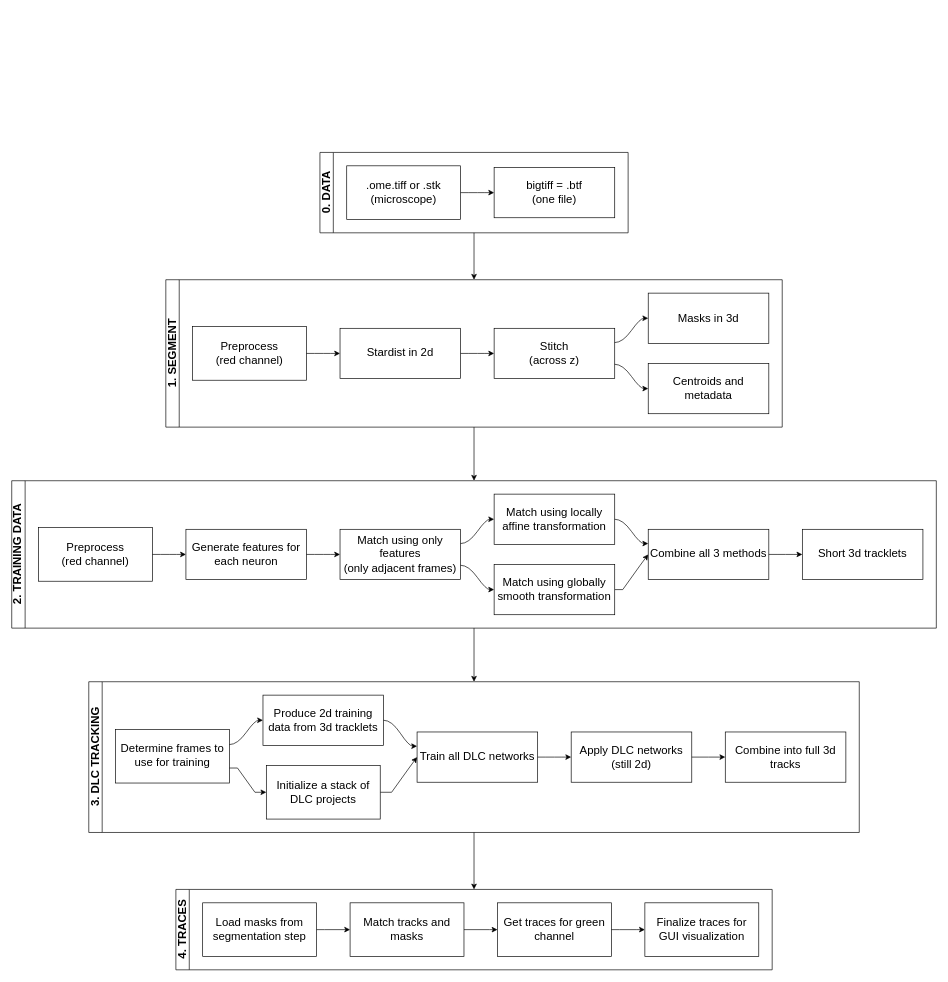
Before: docs/full_project_workflow.drawio in ch9nuk9/wbfm, a draw.io diagram. Source tidied: cells renumbered, new cells numbered last; positions are measured from the earlier drawing's top-left corner, leaving out a move shared by most shapes. Both pictures are drawn from the tidied source at 67%, with x=0, y=0 at pixel (11, 152).
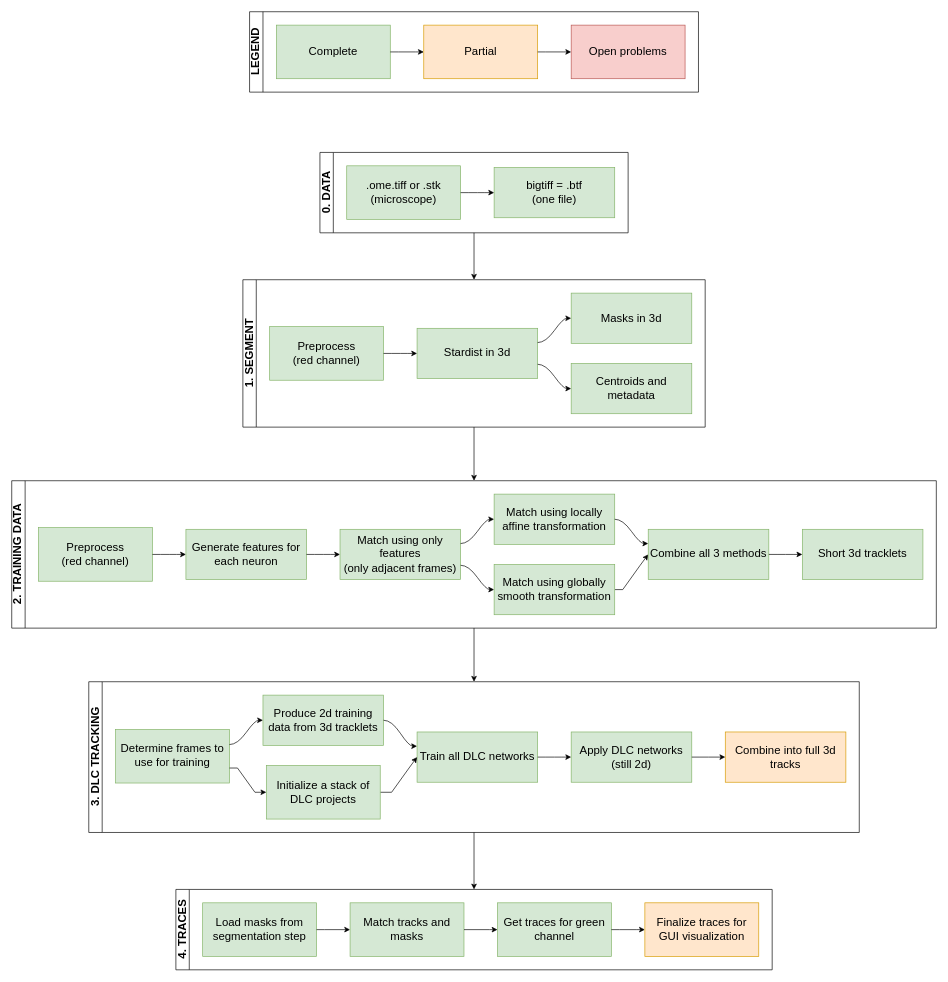
Above is the later version.

The change refers to these unchanged cells:
```xml
<mxCell id="3" value="0. DATA" style="swimlane;html=1;startSize=20;horizontal=0;flowOrientation=west;interRankCellSpacing=50;containerType=tree;fontSize=17;" parent="1" vertex="1">
  <mxGeometry x="460" width="460" height="120" as="geometry" />
</mxCell>
<mxCell id="19" value="2. TRAINING DATA" style="swimlane;html=1;startSize=20;horizontal=0;flowOrientation=west;interRankCellSpacing=50;containerType=tree;fontSize=17;" parent="1" vertex="1">
  <mxGeometry y="490" width="1380" height="220" as="geometry" />
</mxCell>
<mxCell id="35" value="3. DLC TRACKING" style="swimlane;html=1;startSize=20;horizontal=0;flowOrientation=west;interRankCellSpacing=50;containerType=tree;fontSize=17;" parent="1" vertex="1">
  <mxGeometry x="115" y="790" width="1150" height="225" as="geometry" />
</mxCell>
<mxCell id="48" value="4. TRACES" style="swimlane;html=1;startSize=20;horizontal=0;flowOrientation=west;interRankCellSpacing=50;containerType=tree;fontSize=17;" parent="1" vertex="1">
  <mxGeometry x="245" y="1100" width="890" height="120" as="geometry" />
</mxCell>
```

Diff of the diagram source:
```diff
@@
-    <mxCell id="4" value=".ome.tiff or .stk&lt;br style=&quot;font-size: 17px;&quot;&gt;(microscope)" style="whiteSpace=wrap;html=1;fontSize=17;" parent="3" vertex="1">
+    <mxCell id="4" value=".ome.tiff or .stk&lt;br style=&quot;font-size: 17px;&quot;&gt;(microscope)" style="whiteSpace=wrap;html=1;fontSize=17;fillColor=#d5e8d4;strokeColor=#82b366;" parent="3" vertex="1">
       <mxGeometry x="40" y="20" width="170" height="80" as="geometry" />
     </mxCell>
-    <mxCell id="5" value="bigtiff = .btf&lt;br style=&quot;font-size: 17px&quot;&gt;(one file)" style="whiteSpace=wrap;html=1;fontSize=17;" parent="3" vertex="1">
+    <mxCell id="5" value="bigtiff = .btf&lt;br style=&quot;font-size: 17px&quot;&gt;(one file)" style="whiteSpace=wrap;html=1;fontSize=17;fillColor=#d5e8d4;strokeColor=#82b366;" parent="3" vertex="1">
       <mxGeometry x="260" y="22.5" width="180" height="75" as="geometry" />
     </mxCell>
@@
     <mxCell id="8" value="1. SEGMENT" style="swimlane;html=1;startSize=20;horizontal=0;flowOrientation=west;interRankCellSpacing=50;containerType=tree;fontSize=17;" parent="1" vertex="1">
-      <mxGeometry x="230" y="190" width="920" height="220" as="geometry" />
+      <mxGeometry x="345" y="190" width="690" height="220" as="geometry" />
     </mxCell>
-    <mxCell id="9" value="Preprocess&lt;br&gt;(red channel)" style="whiteSpace=wrap;html=1;fontSize=17;" parent="8" vertex="1">
+    <mxCell id="9" value="Preprocess&lt;br&gt;(red channel)" style="whiteSpace=wrap;html=1;fontSize=17;fillColor=#d5e8d4;strokeColor=#82b366;" parent="8" vertex="1">
       <mxGeometry x="40" y="70" width="170" height="80" as="geometry" />
     </mxCell>
-    <mxCell id="10" value="Stardist in 2d" style="whiteSpace=wrap;html=1;fontSize=17;" parent="8" vertex="1">
+    <mxCell id="10" value="Stardist in 3d" style="whiteSpace=wrap;html=1;fontSize=17;fillColor=#d5e8d4;strokeColor=#82b366;" parent="8" vertex="1">
       <mxGeometry x="260" y="72.5" width="180" height="75" as="geometry" />
     </mxCell>
@@
-    <mxCell id="12" style="html=1;curved=1;noEdgeStyle=1;orthogonal=1;fontSize=17;" parent="8" edge="1" source="10" target="13">
-      <mxGeometry relative="1" as="geometry">
-        <Array as="points">
-          <mxPoint x="452" y="110" />
-          <mxPoint x="478" y="110" />
-        </Array>
-      </mxGeometry>
-    </mxCell>
-    <mxCell id="13" value="Stitch&lt;br&gt;(across z)" style="whiteSpace=wrap;html=1;fontSize=17;" parent="8" vertex="1">
-      <mxGeometry x="490" y="72.5" width="180" height="75" as="geometry" />
-    </mxCell>
-    <mxCell id="14" style="html=1;curved=1;noEdgeStyle=1;orthogonal=1;fontSize=17;" parent="8" edge="1" source="13" target="15">
-      <mxGeometry relative="1" as="geometry">
-        <Array as="points">
-          <mxPoint x="682" y="93.8" />
-          <mxPoint x="708" y="57.5" />
-        </Array>
-      </mxGeometry>
-    </mxCell>
+    <mxCell id="56" style="html=1;curved=1;noEdgeStyle=1;orthogonal=1;fontSize=17;" parent="8" edge="1" source="10" target="15">
+      <mxGeometry relative="1" as="geometry">
+        <Array as="points">
+          <mxPoint x="452" y="93.8" />
+          <mxPoint x="478" y="57.5" />
+        </Array>
+      </mxGeometry>
+    </mxCell>
-    <mxCell id="15" value="Masks in 3d" style="whiteSpace=wrap;html=1;fontSize=17;" parent="8" vertex="1">
-      <mxGeometry x="720" y="20" width="180" height="75" as="geometry" />
+    <mxCell id="15" value="Masks in 3d" style="whiteSpace=wrap;html=1;fontSize=17;fillColor=#d5e8d4;strokeColor=#82b366;" parent="8" vertex="1">
+      <mxGeometry x="490" y="20" width="180" height="75" as="geometry" />
     </mxCell>
-    <mxCell id="16" style="html=1;curved=1;noEdgeStyle=1;orthogonal=1;fontSize=17;" parent="8" edge="1" source="13" target="17">
-      <mxGeometry relative="1" as="geometry">
-        <Array as="points">
-          <mxPoint x="682" y="126.2" />
-          <mxPoint x="708" y="162.5" />
-        </Array>
-      </mxGeometry>
-    </mxCell>
+    <mxCell id="57" style="html=1;curved=1;noEdgeStyle=1;orthogonal=1;fontSize=17;" parent="8" edge="1" source="10" target="17">
+      <mxGeometry relative="1" as="geometry">
+        <Array as="points">
+          <mxPoint x="452" y="126.2" />
+          <mxPoint x="478" y="162.5" />
+        </Array>
+      </mxGeometry>
+    </mxCell>
-    <mxCell id="17" value="Centroids and metadata" style="whiteSpace=wrap;html=1;fontSize=17;" parent="8" vertex="1">
-      <mxGeometry x="720" y="125" width="180" height="75" as="geometry" />
+    <mxCell id="17" value="Centroids and metadata" style="whiteSpace=wrap;html=1;fontSize=17;fillColor=#d5e8d4;strokeColor=#82b366;" parent="8" vertex="1">
+      <mxGeometry x="490" y="125" width="180" height="75" as="geometry" />
     </mxCell>
@@
-    <mxCell id="20" value="Preprocess&lt;br&gt;(red channel)" style="whiteSpace=wrap;html=1;fontSize=17;" parent="19" vertex="1">
+    <mxCell id="20" value="Preprocess&lt;br&gt;(red channel)" style="whiteSpace=wrap;html=1;fontSize=17;fillColor=#d5e8d4;strokeColor=#82b366;" parent="19" vertex="1">
       <mxGeometry x="40" y="70" width="170" height="80" as="geometry" />
     </mxCell>
-    <mxCell id="21" value="Generate features for each neuron" style="whiteSpace=wrap;html=1;fontSize=17;" parent="19" vertex="1">
+    <mxCell id="21" value="Generate features for each neuron" style="whiteSpace=wrap;html=1;fontSize=17;fillColor=#d5e8d4;strokeColor=#82b366;" parent="19" vertex="1">
       <mxGeometry x="260" y="72.5" width="180" height="75" as="geometry" />
     </mxCell>
@@
-    <mxCell id="24" value="Match using only features&lt;br&gt;(only adjacent frames)" style="whiteSpace=wrap;html=1;fontSize=17;" parent="19" vertex="1">
+    <mxCell id="24" value="Match using only features&lt;br&gt;(only adjacent frames)" style="whiteSpace=wrap;html=1;fontSize=17;fillColor=#d5e8d4;strokeColor=#82b366;" parent="19" vertex="1">
       <mxGeometry x="490" y="72.5" width="180" height="75" as="geometry" />
     </mxCell>
@@
-    <mxCell id="26" value="Match using locally affine transformation" style="whiteSpace=wrap;html=1;fontSize=17;" parent="19" vertex="1">
+    <mxCell id="26" value="Match using locally affine transformation" style="whiteSpace=wrap;html=1;fontSize=17;fillColor=#d5e8d4;strokeColor=#82b366;" parent="19" vertex="1">
       <mxGeometry x="720" y="20" width="180" height="75" as="geometry" />
     </mxCell>
@@
-    <mxCell id="29" value="Match using globally smooth transformation" style="whiteSpace=wrap;html=1;fontSize=17;" parent="19" vertex="1">
+    <mxCell id="29" value="Match using globally smooth transformation" style="whiteSpace=wrap;html=1;fontSize=17;fillColor=#d5e8d4;strokeColor=#82b366;" parent="19" vertex="1">
       <mxGeometry x="720" y="125" width="180" height="75" as="geometry" />
     </mxCell>
@@
-    <mxCell id="31" value="Combine all 3 methods" style="whiteSpace=wrap;html=1;fontSize=17;" parent="19" vertex="1">
+    <mxCell id="31" value="Combine all 3 methods" style="whiteSpace=wrap;html=1;fontSize=17;fillColor=#d5e8d4;strokeColor=#82b366;" parent="19" vertex="1">
       <mxGeometry x="950" y="72.5" width="180" height="75" as="geometry" />
     </mxCell>
@@
-    <mxCell id="33" value="Short 3d tracklets" style="whiteSpace=wrap;html=1;fontSize=17;" parent="19" vertex="1">
+    <mxCell id="33" value="Short 3d tracklets" style="whiteSpace=wrap;html=1;fontSize=17;fillColor=#d5e8d4;strokeColor=#82b366;" parent="19" vertex="1">
       <mxGeometry x="1180" y="72.5" width="180" height="75" as="geometry" />
     </mxCell>
@@
-    <mxCell id="36" value="Determine frames to use for training" style="whiteSpace=wrap;html=1;fontSize=17;" parent="35" vertex="1">
+    <mxCell id="36" value="Determine frames to use for training" style="whiteSpace=wrap;html=1;fontSize=17;fillColor=#d5e8d4;strokeColor=#82b366;" parent="35" vertex="1">
       <mxGeometry x="40" y="71.2" width="170" height="80" as="geometry" />
     </mxCell>
-    <mxCell id="37" value="Produce 2d training data from 3d tracklets" style="whiteSpace=wrap;html=1;fontSize=17;" parent="35" vertex="1">
+    <mxCell id="37" value="Produce 2d training data from 3d tracklets" style="whiteSpace=wrap;html=1;fontSize=17;fillColor=#d5e8d4;strokeColor=#82b366;" parent="35" vertex="1">
       <mxGeometry x="260" y="20" width="180" height="75" as="geometry" />
     </mxCell>
@@
-    <mxCell id="40" value="Train all DLC networks" style="whiteSpace=wrap;html=1;fontSize=17;" parent="35" vertex="1">
+    <mxCell id="40" value="Train all DLC networks" style="whiteSpace=wrap;html=1;fontSize=17;fillColor=#d5e8d4;strokeColor=#82b366;" parent="35" vertex="1">
       <mxGeometry x="490" y="75" width="180" height="75" as="geometry" />
     </mxCell>
@@
-    <mxCell id="43" value="Initialize a stack of DLC projects" style="whiteSpace=wrap;html=1;fontSize=17;" parent="35" vertex="1">
+    <mxCell id="43" value="Initialize a stack of DLC projects" style="whiteSpace=wrap;html=1;fontSize=17;fillColor=#d5e8d4;strokeColor=#82b366;" parent="35" vertex="1">
       <mxGeometry x="265" y="125" width="170" height="80" as="geometry" />
     </mxCell>
@@
-    <mxCell id="45" value="Apply DLC networks (still 2d)" style="whiteSpace=wrap;html=1;fontSize=17;" parent="35" vertex="1">
+    <mxCell id="45" value="Apply DLC networks (still 2d)" style="whiteSpace=wrap;html=1;fontSize=17;fillColor=#d5e8d4;strokeColor=#82b366;" parent="35" vertex="1">
       <mxGeometry x="720" y="75" width="180" height="75" as="geometry" />
     </mxCell>
@@
-    <mxCell id="47" value="Combine into full 3d tracks" style="whiteSpace=wrap;html=1;fontSize=17;" parent="35" vertex="1">
+    <mxCell id="47" value="Combine into full 3d tracks" style="whiteSpace=wrap;html=1;fontSize=17;fillColor=#ffe6cc;strokeColor=#d79b00;" parent="35" vertex="1">
       <mxGeometry x="950" y="75" width="180" height="75" as="geometry" />
     </mxCell>
@@
-    <mxCell id="49" value="Load masks from segmentation step" style="whiteSpace=wrap;html=1;fontSize=17;" parent="48" vertex="1">
+    <mxCell id="49" value="Load masks from segmentation step" style="whiteSpace=wrap;html=1;fontSize=17;fillColor=#d5e8d4;strokeColor=#82b366;" parent="48" vertex="1">
       <mxGeometry x="40" y="20" width="170" height="80" as="geometry" />
     </mxCell>
@@
-    <mxCell id="51" value="Match tracks and masks" style="whiteSpace=wrap;html=1;fontSize=17;" parent="48" vertex="1">
+    <mxCell id="51" value="Match tracks and masks" style="whiteSpace=wrap;html=1;fontSize=17;fillColor=#d5e8d4;strokeColor=#82b366;" parent="48" vertex="1">
       <mxGeometry x="260" y="20" width="170" height="80" as="geometry" />
     </mxCell>
@@
-    <mxCell id="53" value="Get traces for green channel" style="whiteSpace=wrap;html=1;fontSize=17;" parent="48" vertex="1">
+    <mxCell id="53" value="Get traces for green channel" style="whiteSpace=wrap;html=1;fontSize=17;fillColor=#d5e8d4;strokeColor=#82b366;" parent="48" vertex="1">
       <mxGeometry x="480" y="20" width="170" height="80" as="geometry" />
     </mxCell>
@@
-    <mxCell id="55" value="Finalize traces for GUI visualization" style="whiteSpace=wrap;html=1;fontSize=17;" parent="48" vertex="1">
+    <mxCell id="55" value="Finalize traces for GUI visualization" style="whiteSpace=wrap;html=1;fontSize=17;fillColor=#ffe6cc;strokeColor=#d79b00;" parent="48" vertex="1">
       <mxGeometry x="700" y="20" width="170" height="80" as="geometry" />
     </mxCell>
+    <mxCell id="58" value="LEGEND" style="swimlane;html=1;startSize=20;horizontal=0;flowOrientation=west;interRankCellSpacing=50;containerType=tree;fontSize=17;" parent="1" vertex="1">
+      <mxGeometry x="355" y="-210" width="670" height="120" as="geometry" />
+    </mxCell>
+    <mxCell id="59" value="Complete" style="whiteSpace=wrap;html=1;fontSize=17;fillColor=#d5e8d4;strokeColor=#82b366;" parent="58" vertex="1">
+      <mxGeometry x="40" y="20" width="170" height="80" as="geometry" />
+    </mxCell>
+    <mxCell id="60" style="edgeStyle=orthogonalEdgeStyle;rounded=0;jettySize=auto;html=1;noEdgeStyle=1;orthogonal=1;" parent="58" edge="1" source="59" target="61">
+      <mxGeometry relative="1" as="geometry">
+        <Array as="points">
+          <mxPoint x="222" y="60" />
+          <mxPoint x="248" y="60" />
+        </Array>
+      </mxGeometry>
+    </mxCell>
+    <mxCell id="61" value="Partial" style="whiteSpace=wrap;html=1;fontSize=17;fillColor=#ffe6cc;strokeColor=#d79b00;" parent="58" vertex="1">
+      <mxGeometry x="260" y="20" width="170" height="80" as="geometry" />
+    </mxCell>
+    <mxCell id="62" style="edgeStyle=orthogonalEdgeStyle;rounded=0;jettySize=auto;html=1;noEdgeStyle=1;orthogonal=1;" parent="58" edge="1" source="61" target="63">
+      <mxGeometry relative="1" as="geometry">
+        <Array as="points">
+          <mxPoint x="442" y="60" />
+          <mxPoint x="468" y="60" />
+        </Array>
+      </mxGeometry>
+    </mxCell>
+    <mxCell id="63" value="Open problems" style="whiteSpace=wrap;html=1;fontSize=17;fillColor=#f8cecc;strokeColor=#b85450;" parent="58" vertex="1">
+      <mxGeometry x="480" y="20" width="170" height="80" as="geometry" />
+    </mxCell>
```
